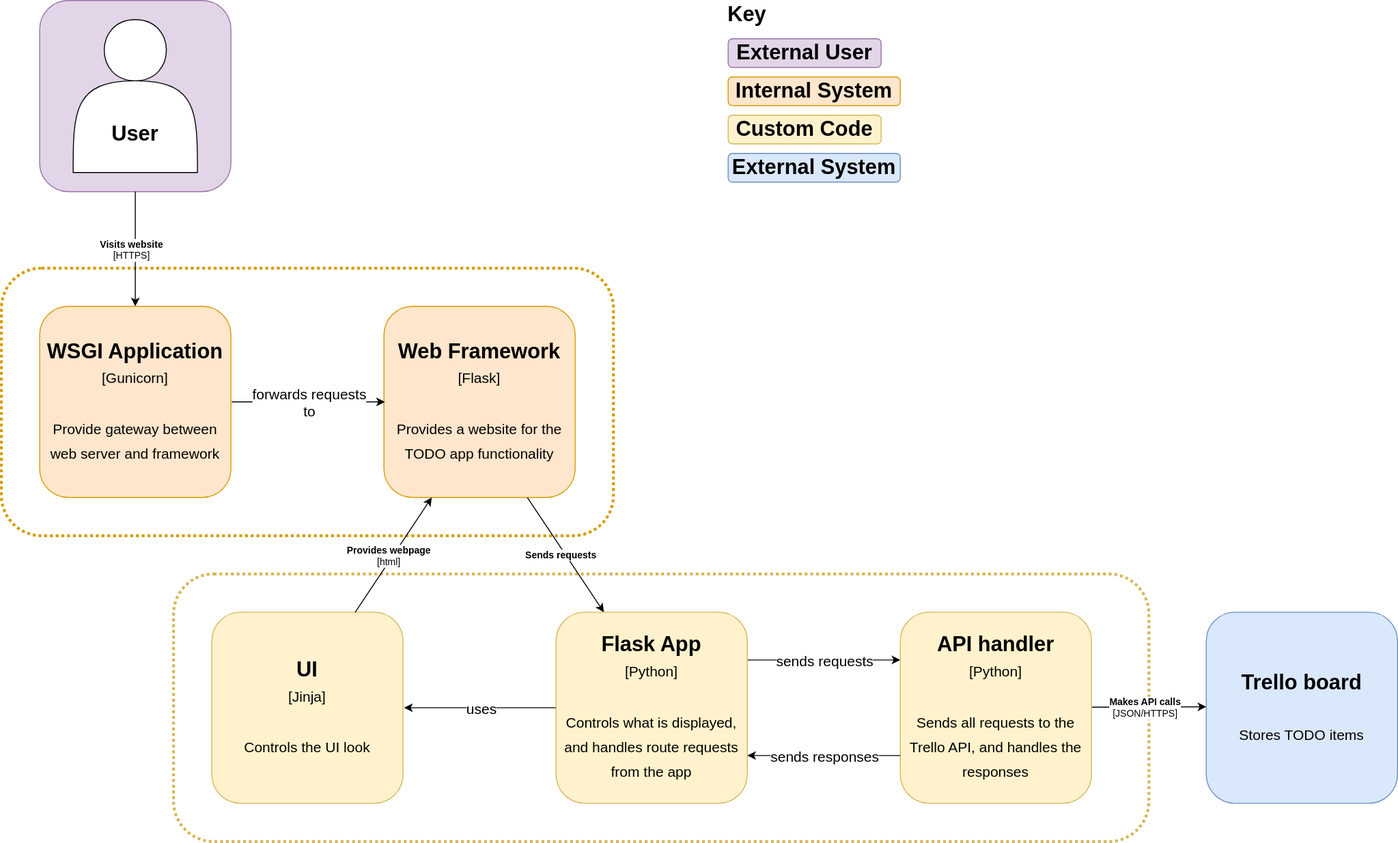
This is documentation/resources/FullDiagram.svg from josephsilcock/DevOps-Course-Starter, a draw.io export, as it was before one commit. Source tidied: cells renumbered, new cells last; positions are measured from the earlier drawing's top-left corner, leaving out a move shared by most shapes. The source it was exported from:
```xml
<mxGraphModel background="#ffffff">
  <root>
    <mxCell id="0" />
    <mxCell id="1" parent="0" />
    <mxCell id="2" style="rounded=1;whiteSpace=wrap;html=1;shadow=0;sketch=0;fontFamily=Helvetica;fontSize=22;fillColor=#e1d5e7;strokeColor=#9673a6;" parent="1" vertex="1">
      <mxGeometry x="40" width="200" height="200" as="geometry" />
    </mxCell>
    <mxCell id="3" value="&lt;div style=&quot;font-size: 22px&quot;&gt;&lt;b style=&quot;font-size: 22px&quot;&gt;&lt;br&gt;&lt;/b&gt;&lt;/div&gt;&lt;div style=&quot;font-size: 22px&quot;&gt;&lt;b style=&quot;font-size: 22px&quot;&gt;&lt;br&gt;&lt;/b&gt;&lt;/div&gt;&lt;div style=&quot;font-size: 22px&quot;&gt;&lt;b style=&quot;font-size: 22px&quot;&gt;&lt;br&gt;&lt;/b&gt;&lt;/div&gt;&lt;div style=&quot;font-size: 22px&quot;&gt;&lt;b style=&quot;font-size: 22px&quot;&gt;User&lt;/b&gt;&lt;/div&gt;" style="shape=actor;whiteSpace=wrap;html=1;fontFamily=Helvetica;align=center;fontSize=22;verticalAlign=middle;labelPosition=center;verticalLabelPosition=middle;" parent="1" vertex="1">
      <mxGeometry x="75" y="20" width="130" height="160" as="geometry" />
    </mxCell>
    <mxCell id="4" value="&lt;b&gt;Trello board&lt;/b&gt;&lt;br&gt;&lt;br&gt;&lt;font style=&quot;font-size: 15px&quot;&gt;Stores TODO items&lt;/font&gt;" style="rounded=1;whiteSpace=wrap;html=1;shadow=0;sketch=0;fontFamily=Helvetica;fontSize=22;fillColor=#dae8fc;strokeColor=#6c8ebf;" parent="1" vertex="1">
      <mxGeometry x="1260" y="640" width="200" height="200" as="geometry" />
    </mxCell>
    <mxCell id="5" style="rounded=1;whiteSpace=wrap;html=1;shadow=0;sketch=0;fontFamily=Helvetica;fontSize=22;fillColor=none;strokeColor=#d79b00;dashed=1;dashPattern=1 1;strokeWidth=3;labelPosition=left;verticalLabelPosition=top;align=right;verticalAlign=bottom;" parent="1" vertex="1">
      <mxGeometry y="280" width="640" height="280" as="geometry" />
    </mxCell>
    <mxCell id="6" style="endArrow=classic;html=1;rounded=0;fontFamily=Helvetica;fontSize=22;entryX=0.5;entryY=0;entryDx=0;entryDy=0;exitX=0.5;exitY=1;exitDx=0;exitDy=0;" parent="1" edge="1" source="2" target="8">
      <mxGeometry relative="1" as="geometry" />
    </mxCell>
    <mxCell id="7" value="&lt;b style=&quot;font-size: 10px;&quot;&gt;Visits website&lt;/b&gt;&lt;br style=&quot;font-size: 10px;&quot;&gt;[HTTPS]" style="edgeLabel;html=1;align=center;verticalAlign=middle;rounded=0;shadow=0;sketch=0;fontFamily=Helvetica;fontSize=10;strokeColor=#9673A6;fillColor=#9673A6;gradientColor=none;" parent="6" vertex="1">
      <mxGeometry relative="1" as="geometry">
        <mxPoint x="-5" as="offset" />
      </mxGeometry>
    </mxCell>
    <mxCell id="8" value="&lt;b&gt;WSGI Application&lt;br&gt;&lt;/b&gt;&lt;font style=&quot;font-size: 15px&quot;&gt;[Gunicorn]&lt;br&gt;&lt;/font&gt;&lt;br&gt;&lt;font style=&quot;font-size: 15px&quot;&gt;Provide gateway between web server and framework&lt;/font&gt;" style="rounded=1;whiteSpace=wrap;html=1;shadow=0;sketch=0;fontFamily=Helvetica;fontSize=22;fillColor=#ffe6cc;strokeColor=#d79b00;" parent="1" vertex="1">
      <mxGeometry x="40" y="320" width="200" height="200" as="geometry" />
    </mxCell>
    <mxCell id="9" value="&lt;b&gt;Web Framework&lt;br&gt;&lt;/b&gt;&lt;font style=&quot;font-size: 15px&quot;&gt;[Flask]&lt;br&gt;&lt;/font&gt;&lt;br&gt;&lt;font style=&quot;font-size: 15px&quot;&gt;Provides a website for the TODO app functionality&lt;/font&gt;" style="rounded=1;whiteSpace=wrap;html=1;shadow=0;sketch=0;fontFamily=Helvetica;fontSize=22;fillColor=#ffe6cc;strokeColor=#d79b00;" parent="1" vertex="1">
      <mxGeometry x="400" y="320" width="200" height="200" as="geometry" />
    </mxCell>
    <mxCell id="10" style="endArrow=classic;html=1;rounded=0;fontFamily=Helvetica;fontSize=22;entryX=0;entryY=0.5;entryDx=0;entryDy=0;exitX=1;exitY=0.5;exitDx=0;exitDy=0;" parent="1" edge="1">
      <mxGeometry relative="1" as="geometry">
        <mxPoint x="241" y="420" as="sourcePoint" />
        <mxPoint x="401" y="420" as="targetPoint" />
      </mxGeometry>
    </mxCell>
    <mxCell id="11" value="forwards&amp;nbsp;requests&lt;br&gt;to" style="edgeLabel;html=1;align=center;verticalAlign=middle;rounded=0;shadow=0;sketch=0;fontFamily=Helvetica;fontSize=15;strokeColor=#9673A6;fillColor=#9673A6;gradientColor=none;" parent="10" vertex="1">
      <mxGeometry relative="1" as="geometry" />
    </mxCell>
    <mxCell id="12" style="rounded=1;whiteSpace=wrap;html=1;shadow=0;sketch=0;fontFamily=Helvetica;fontSize=22;fillColor=none;strokeColor=#d6b656;dashed=1;dashPattern=1 1;strokeWidth=3;labelPosition=left;verticalLabelPosition=top;align=right;verticalAlign=bottom;" parent="1" vertex="1">
      <mxGeometry x="180" y="600" width="1020" height="280" as="geometry" />
    </mxCell>
    <mxCell id="13" style="endArrow=classic;html=1;rounded=0;fontFamily=Helvetica;fontSize=22;" parent="1" edge="1">
      <mxGeometry relative="1" as="geometry">
        <mxPoint x="1140" y="739.4" as="sourcePoint" />
        <mxPoint x="1260" y="739" as="targetPoint" />
      </mxGeometry>
    </mxCell>
    <mxCell id="14" value="&lt;b style=&quot;font-size: 10px;&quot;&gt;Makes API calls&lt;/b&gt;&lt;br style=&quot;font-size: 10px;&quot;&gt;[JSON/HTTPS]" style="edgeLabel;html=1;align=center;verticalAlign=middle;rounded=0;shadow=0;sketch=0;fontFamily=Helvetica;fontSize=10;strokeColor=#9673A6;fillColor=#9673A6;gradientColor=none;" parent="13" vertex="1">
      <mxGeometry relative="1" as="geometry">
        <mxPoint x="-5" as="offset" />
      </mxGeometry>
    </mxCell>
    <mxCell id="15" style="endArrow=classic;html=1;rounded=0;fontFamily=Helvetica;fontSize=22;entryX=0;entryY=0.5;entryDx=0;entryDy=0;exitX=1;exitY=0.5;exitDx=0;exitDy=0;" parent="1" edge="1">
      <mxGeometry relative="1" as="geometry">
        <mxPoint x="581" y="740" as="sourcePoint" />
        <mxPoint x="421" y="740" as="targetPoint" />
      </mxGeometry>
    </mxCell>
    <mxCell id="16" value="uses" style="edgeLabel;html=1;align=center;verticalAlign=middle;rounded=0;shadow=0;sketch=0;fontFamily=Helvetica;fontSize=15;strokeColor=#9673A6;fillColor=#9673A6;gradientColor=none;" parent="15" vertex="1">
      <mxGeometry relative="1" as="geometry" />
    </mxCell>
    <mxCell id="17" style="endArrow=classic;html=1;rounded=0;fontFamily=Helvetica;fontSize=22;entryX=0;entryY=0.25;entryDx=0;entryDy=0;exitX=1;exitY=0.25;exitDx=0;exitDy=0;" parent="1" edge="1" source="21" target="20">
      <mxGeometry relative="1" as="geometry" />
    </mxCell>
    <mxCell id="18" value="sends requests" style="edgeLabel;html=1;align=center;verticalAlign=middle;rounded=0;shadow=0;sketch=0;fontFamily=Helvetica;fontSize=15;strokeColor=#9673A6;fillColor=#9673A6;gradientColor=none;" parent="17" vertex="1">
      <mxGeometry relative="1" as="geometry" />
    </mxCell>
    <mxCell id="19" value="&lt;b&gt;UI&lt;/b&gt;&lt;br&gt;&lt;font style=&quot;font-size: 15px&quot;&gt;[Jinja]&lt;br&gt;&lt;/font&gt;&lt;br&gt;&lt;font style=&quot;font-size: 15px&quot;&gt;Controls the UI look&lt;/font&gt;" style="rounded=1;whiteSpace=wrap;html=1;shadow=0;sketch=0;fontFamily=Helvetica;fontSize=22;fillColor=#fff2cc;strokeColor=#d6b656;" parent="1" vertex="1">
      <mxGeometry x="220" y="640" width="200" height="200" as="geometry" />
    </mxCell>
    <mxCell id="20" value="&lt;b&gt;API handler&lt;/b&gt;&lt;br&gt;&lt;font style=&quot;font-size: 15px&quot;&gt;[Python]&lt;/font&gt;&lt;br&gt;&lt;br&gt;&lt;font style=&quot;font-size: 15px&quot;&gt;Sends all requests to the Trello API, and handles the responses&lt;/font&gt;" style="rounded=1;whiteSpace=wrap;html=1;shadow=0;sketch=0;fontFamily=Helvetica;fontSize=22;fillColor=#fff2cc;strokeColor=#d6b656;" parent="1" vertex="1">
      <mxGeometry x="940" y="640" width="200" height="200" as="geometry" />
    </mxCell>
    <mxCell id="21" value="&lt;b&gt;Flask App&lt;br&gt;&lt;/b&gt;&lt;font style=&quot;font-size: 15px&quot;&gt;[Python]&lt;/font&gt;&lt;br&gt;&lt;br&gt;&lt;font style=&quot;font-size: 15px&quot;&gt;Controls what is displayed, and handles route requests from the app&lt;/font&gt;" style="rounded=1;whiteSpace=wrap;html=1;shadow=0;sketch=0;fontFamily=Helvetica;fontSize=22;fillColor=#fff2cc;strokeColor=#d6b656;" parent="1" vertex="1">
      <mxGeometry x="580" y="640" width="200" height="200" as="geometry" />
    </mxCell>
    <mxCell id="22" style="endArrow=classic;html=1;rounded=0;fontFamily=Helvetica;fontSize=22;exitX=0;exitY=0.75;exitDx=0;exitDy=0;entryX=1;entryY=0.75;entryDx=0;entryDy=0;" parent="1" edge="1" source="20" target="21">
      <mxGeometry relative="1" as="geometry" />
    </mxCell>
    <mxCell id="23" value="sends responses" style="edgeLabel;html=1;align=center;verticalAlign=middle;rounded=0;shadow=0;sketch=0;fontFamily=Helvetica;fontSize=15;strokeColor=#9673A6;fillColor=#9673A6;gradientColor=none;" parent="22" vertex="1">
      <mxGeometry relative="1" as="geometry" />
    </mxCell>
    <mxCell id="24" style="endArrow=classic;html=1;rounded=0;fontFamily=Helvetica;fontSize=22;entryX=0.25;entryY=0;entryDx=0;entryDy=0;exitX=0.75;exitY=1;exitDx=0;exitDy=0;" parent="1" edge="1" source="9" target="21">
      <mxGeometry relative="1" as="geometry" />
    </mxCell>
    <mxCell id="25" value="Sends requests" style="edgeLabel;html=1;align=center;verticalAlign=middle;rounded=0;shadow=0;sketch=0;fontFamily=Helvetica;fontSize=10;strokeColor=#9673A6;fillColor=#9673A6;gradientColor=none;fontStyle=1;" parent="24" vertex="1">
      <mxGeometry relative="1" as="geometry">
        <mxPoint x="-5" as="offset" />
      </mxGeometry>
    </mxCell>
    <mxCell id="26" style="endArrow=classic;html=1;rounded=0;fontFamily=Helvetica;fontSize=22;entryX=0.25;entryY=1;entryDx=0;entryDy=0;exitX=0.75;exitY=0;exitDx=0;exitDy=0;" parent="1" edge="1" source="19" target="9">
      <mxGeometry relative="1" as="geometry" />
    </mxCell>
    <mxCell id="27" value="Provides webpage&lt;br&gt;&lt;span style=&quot;font-weight: normal&quot;&gt;[html]&lt;/span&gt;" style="edgeLabel;html=1;align=center;verticalAlign=middle;rounded=0;shadow=0;sketch=0;fontFamily=Helvetica;fontSize=10;strokeColor=#9673A6;fillColor=#9673A6;gradientColor=none;fontStyle=1;" parent="26" vertex="1">
      <mxGeometry relative="1" as="geometry">
        <mxPoint x="-5" as="offset" />
      </mxGeometry>
    </mxCell>
    <mxCell id="28" value="&lt;b&gt;External User&lt;/b&gt;" style="rounded=1;whiteSpace=wrap;html=1;shadow=0;sketch=0;fontFamily=Helvetica;fontSize=22;fillColor=#e1d5e7;strokeColor=#9673a6;" parent="1" vertex="1">
      <mxGeometry x="760" y="40" width="160" height="30" as="geometry" />
    </mxCell>
    <mxCell id="29" value="&lt;font style=&quot;font-size: 22px&quot;&gt;&lt;b&gt;Key&lt;/b&gt;&lt;/font&gt;" style="text;html=1;strokeColor=none;fillColor=none;align=center;verticalAlign=middle;whiteSpace=wrap;rounded=0;shadow=0;dashed=1;dashPattern=1 1;sketch=0;fontFamily=Helvetica;fontSize=15;" parent="1" vertex="1">
      <mxGeometry x="750" width="60" height="30" as="geometry" />
    </mxCell>
    <mxCell id="30" value="&lt;b&gt;Internal System&lt;/b&gt;" style="rounded=1;whiteSpace=wrap;html=1;shadow=0;sketch=0;fontFamily=Helvetica;fontSize=22;fillColor=#ffe6cc;strokeColor=#d79b00;" parent="1" vertex="1">
      <mxGeometry x="760" y="80" width="180" height="30" as="geometry" />
    </mxCell>
    <mxCell id="31" value="&lt;b&gt;Custom Code&lt;/b&gt;" style="rounded=1;whiteSpace=wrap;html=1;shadow=0;sketch=0;fontFamily=Helvetica;fontSize=22;fillColor=#fff2cc;strokeColor=#d6b656;" parent="1" vertex="1">
      <mxGeometry x="760" y="120" width="160" height="30" as="geometry" />
    </mxCell>
    <mxCell id="32" value="&lt;b&gt;External System&lt;/b&gt;" style="rounded=1;whiteSpace=wrap;html=1;shadow=0;sketch=0;fontFamily=Helvetica;fontSize=22;fillColor=#dae8fc;strokeColor=#6c8ebf;" parent="1" vertex="1">
      <mxGeometry x="760" y="160" width="180" height="30" as="geometry" />
    </mxCell>
  </root>
</mxGraphModel>
```
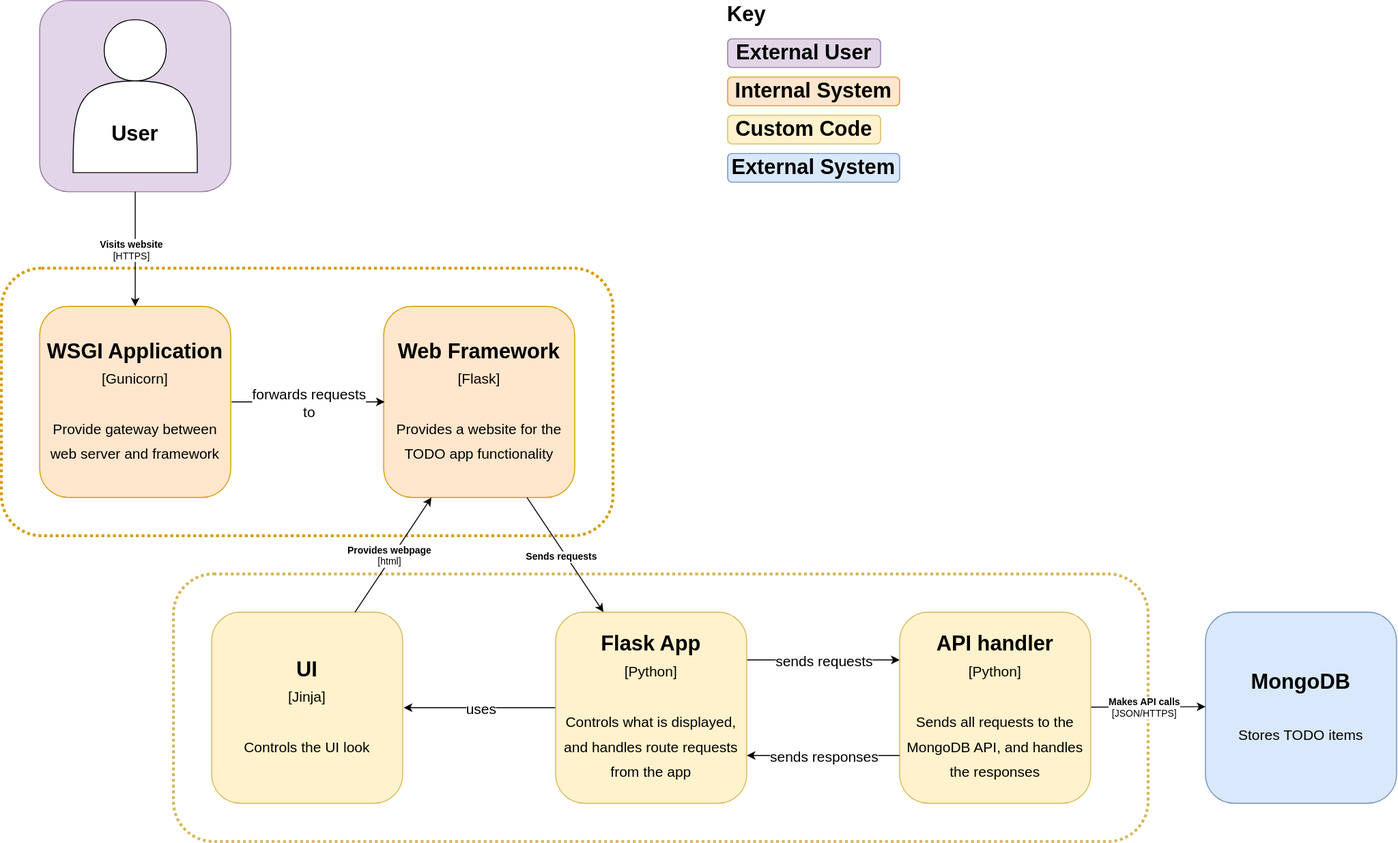
After the commit.

What changed in the source:
```diff
@@ -8,7 +8,7 @@
     <mxCell id="3" value="&lt;div style=&quot;font-size: 22px&quot;&gt;&lt;b style=&quot;font-size: 22px&quot;&gt;&lt;br&gt;&lt;/b&gt;&lt;/div&gt;&lt;div style=&quot;font-size: 22px&quot;&gt;&lt;b style=&quot;font-size: 22px&quot;&gt;&lt;br&gt;&lt;/b&gt;&lt;/div&gt;&lt;div style=&quot;font-size: 22px&quot;&gt;&lt;b style=&quot;font-size: 22px&quot;&gt;&lt;br&gt;&lt;/b&gt;&lt;/div&gt;&lt;div style=&quot;font-size: 22px&quot;&gt;&lt;b style=&quot;font-size: 22px&quot;&gt;User&lt;/b&gt;&lt;/div&gt;" style="shape=actor;whiteSpace=wrap;html=1;fontFamily=Helvetica;align=center;fontSize=22;verticalAlign=middle;labelPosition=center;verticalLabelPosition=middle;" parent="1" vertex="1">
       <mxGeometry x="75" y="20" width="130" height="160" as="geometry" />
     </mxCell>
-    <mxCell id="4" value="&lt;b&gt;Trello board&lt;/b&gt;&lt;br&gt;&lt;br&gt;&lt;font style=&quot;font-size: 15px&quot;&gt;Stores TODO items&lt;/font&gt;" style="rounded=1;whiteSpace=wrap;html=1;shadow=0;sketch=0;fontFamily=Helvetica;fontSize=22;fillColor=#dae8fc;strokeColor=#6c8ebf;" parent="1" vertex="1">
+    <mxCell id="4" value="&lt;b&gt;MongoDB&lt;/b&gt;&lt;br&gt;&lt;br&gt;&lt;font style=&quot;font-size: 15px&quot;&gt;Stores TODO items&lt;/font&gt;" style="rounded=1;whiteSpace=wrap;html=1;shadow=0;sketch=0;fontFamily=Helvetica;fontSize=22;fillColor=#dae8fc;strokeColor=#6c8ebf;" parent="1" vertex="1">
       <mxGeometry x="1260" y="640" width="200" height="200" as="geometry" />
     </mxCell>
     <mxCell id="5" style="rounded=1;whiteSpace=wrap;html=1;shadow=0;sketch=0;fontFamily=Helvetica;fontSize=22;fillColor=none;strokeColor=#d79b00;dashed=1;dashPattern=1 1;strokeWidth=3;labelPosition=left;verticalLabelPosition=top;align=right;verticalAlign=bottom;" parent="1" vertex="1">
@@ -69,7 +69,7 @@
     <mxCell id="19" value="&lt;b&gt;UI&lt;/b&gt;&lt;br&gt;&lt;font style=&quot;font-size: 15px&quot;&gt;[Jinja]&lt;br&gt;&lt;/font&gt;&lt;br&gt;&lt;font style=&quot;font-size: 15px&quot;&gt;Controls the UI look&lt;/font&gt;" style="rounded=1;whiteSpace=wrap;html=1;shadow=0;sketch=0;fontFamily=Helvetica;fontSize=22;fillColor=#fff2cc;strokeColor=#d6b656;" parent="1" vertex="1">
       <mxGeometry x="220" y="640" width="200" height="200" as="geometry" />
     </mxCell>
-    <mxCell id="20" value="&lt;b&gt;API handler&lt;/b&gt;&lt;br&gt;&lt;font style=&quot;font-size: 15px&quot;&gt;[Python]&lt;/font&gt;&lt;br&gt;&lt;br&gt;&lt;font style=&quot;font-size: 15px&quot;&gt;Sends all requests to the Trello API, and handles the responses&lt;/font&gt;" style="rounded=1;whiteSpace=wrap;html=1;shadow=0;sketch=0;fontFamily=Helvetica;fontSize=22;fillColor=#fff2cc;strokeColor=#d6b656;" parent="1" vertex="1">
+    <mxCell id="20" value="&lt;b&gt;API handler&lt;/b&gt;&lt;br&gt;&lt;font style=&quot;font-size: 15px&quot;&gt;[Python]&lt;/font&gt;&lt;br&gt;&lt;br&gt;&lt;font style=&quot;font-size: 15px&quot;&gt;Sends all requests to the MongoDB API, and handles the responses&lt;/font&gt;" style="rounded=1;whiteSpace=wrap;html=1;shadow=0;sketch=0;fontFamily=Helvetica;fontSize=22;fillColor=#fff2cc;strokeColor=#d6b656;" parent="1" vertex="1">
       <mxGeometry x="940" y="640" width="200" height="200" as="geometry" />
     </mxCell>
     <mxCell id="21" value="&lt;b&gt;Flask App&lt;br&gt;&lt;/b&gt;&lt;font style=&quot;font-size: 15px&quot;&gt;[Python]&lt;/font&gt;&lt;br&gt;&lt;br&gt;&lt;font style=&quot;font-size: 15px&quot;&gt;Controls what is displayed, and handles route requests from the app&lt;/font&gt;" style="rounded=1;whiteSpace=wrap;html=1;shadow=0;sketch=0;fontFamily=Helvetica;fontSize=22;fillColor=#fff2cc;strokeColor=#d6b656;" parent="1" vertex="1">
```
